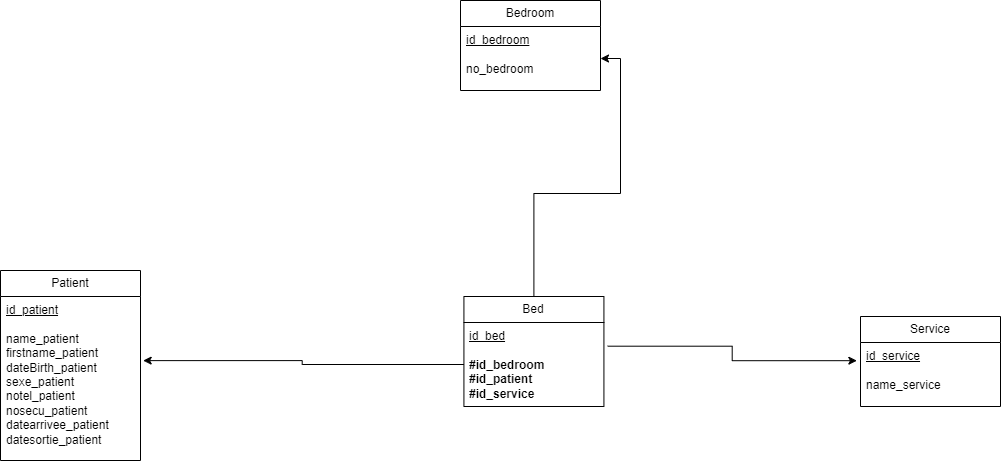
The draw.io diagram Merise/Merise-MLD-V1.drawio.png in florianpoteau/CDA-Hopital-Back, before a commit. Source tidied: cells renumbered, new cells last; positions are measured from the earlier drawing's top-left corner, leaving out a move shared by most shapes. The source it was exported from:
```xml
<mxGraphModel>
  <root>
    <mxCell id="0" />
    <mxCell id="1" parent="0" />
    <mxCell id="2" value="Bedroom" style="swimlane;fontStyle=0;horizontal=1;startSize=26;fillColor=none;whiteSpace=wrap;html=1;" parent="1" vertex="1">
      <mxGeometry x="460" width="140" height="90" as="geometry" />
    </mxCell>
    <mxCell id="3" value="&lt;u&gt;id_bedroom&lt;/u&gt;&lt;div&gt;&lt;u&gt;&lt;br&gt;&lt;/u&gt;&lt;div&gt;no_bedroom&lt;/div&gt;&lt;/div&gt;" style="text;strokeColor=none;fillColor=none;align=left;verticalAlign=top;spacingLeft=4;spacingRight=4;overflow=hidden;points=[[0,0.5],[1,0.5]];portConstraint=eastwest;whiteSpace=wrap;html=1;" parent="2" vertex="1">
      <mxGeometry y="26" width="140" height="64" as="geometry" />
    </mxCell>
    <mxCell id="4" style="edgeStyle=orthogonalEdgeStyle;rounded=0;jettySize=auto;html=1;entryX=1;entryY=0.5;entryDx=0;entryDy=0;" parent="1" edge="1" source="5" target="3">
      <mxGeometry relative="1" as="geometry" />
    </mxCell>
    <mxCell id="5" value="Bed" style="swimlane;fontStyle=0;horizontal=1;startSize=26;fillColor=none;whiteSpace=wrap;html=1;" parent="1" vertex="1">
      <mxGeometry x="463.4" y="296" width="140" height="110" as="geometry" />
    </mxCell>
    <mxCell id="6" value="&lt;u&gt;id_bed&lt;/u&gt;&lt;div&gt;&lt;br&gt;&lt;/div&gt;&lt;div&gt;&lt;b&gt;#id_bedroom&lt;/b&gt;&lt;/div&gt;&lt;div&gt;&lt;b&gt;#id_patient&lt;/b&gt;&lt;/div&gt;&lt;div&gt;&lt;b&gt;#id_service&lt;/b&gt;&lt;/div&gt;" style="text;strokeColor=none;fillColor=none;align=left;verticalAlign=top;spacingLeft=4;spacingRight=4;overflow=hidden;points=[[0,0.5],[1,0.5]];portConstraint=eastwest;whiteSpace=wrap;html=1;" parent="5" vertex="1">
      <mxGeometry y="26" width="140" height="84" as="geometry" />
    </mxCell>
    <mxCell id="7" value="Service" style="swimlane;fontStyle=0;horizontal=1;startSize=26;fillColor=none;whiteSpace=wrap;html=1;" parent="1" vertex="1">
      <mxGeometry x="860" y="316" width="140" height="90" as="geometry" />
    </mxCell>
    <mxCell id="8" value="&lt;u&gt;id_service&lt;/u&gt;&lt;div&gt;&lt;u&gt;&lt;br&gt;&lt;/u&gt;&lt;div&gt;name_service&lt;/div&gt;&lt;/div&gt;" style="text;strokeColor=none;fillColor=none;align=left;verticalAlign=top;spacingLeft=4;spacingRight=4;overflow=hidden;points=[[0,0.5],[1,0.5]];portConstraint=eastwest;whiteSpace=wrap;html=1;" parent="7" vertex="1">
      <mxGeometry y="26" width="140" height="64" as="geometry" />
    </mxCell>
    <mxCell id="9" value="Patient" style="swimlane;fontStyle=0;horizontal=1;startSize=26;fillColor=none;whiteSpace=wrap;html=1;" parent="1" vertex="1">
      <mxGeometry y="270" width="140" height="190" as="geometry" />
    </mxCell>
    <mxCell id="10" value="&lt;u&gt;id_patient&lt;/u&gt;&lt;div&gt;&lt;u&gt;&lt;br&gt;&lt;/u&gt;&lt;div&gt;name_patient&lt;/div&gt;&lt;div&gt;firstname_patient&lt;/div&gt;&lt;div&gt;dateBirth_patient&lt;/div&gt;&lt;div&gt;sexe_patient&lt;/div&gt;&lt;div&gt;notel_patient&lt;/div&gt;&lt;div&gt;nosecu_patient&lt;/div&gt;&lt;div&gt;datearrivee_patient&lt;/div&gt;&lt;div&gt;datesortie_patient&lt;/div&gt;&lt;div&gt;&lt;br&gt;&lt;/div&gt;&lt;/div&gt;" style="text;strokeColor=none;fillColor=none;align=left;verticalAlign=top;spacingLeft=4;spacingRight=4;overflow=hidden;points=[[0,0.5],[1,0.5]];portConstraint=eastwest;whiteSpace=wrap;html=1;" parent="9" vertex="1">
      <mxGeometry y="26" width="140" height="164" as="geometry" />
    </mxCell>
    <mxCell id="11" style="edgeStyle=orthogonalEdgeStyle;rounded=0;jettySize=auto;html=1;exitX=1.027;exitY=0.282;exitDx=0;exitDy=0;exitPerimeter=0;entryX=-0.026;entryY=0.284;entryDx=0;entryDy=0;entryPerimeter=0;" parent="1" edge="1" source="6" target="8">
      <mxGeometry relative="1" as="geometry" />
    </mxCell>
    <mxCell id="12" style="edgeStyle=orthogonalEdgeStyle;rounded=0;jettySize=auto;html=1;exitX=0;exitY=0.5;exitDx=0;exitDy=0;entryX=1.019;entryY=0.391;entryDx=0;entryDy=0;entryPerimeter=0;" parent="1" edge="1" source="6" target="10">
      <mxGeometry relative="1" as="geometry" />
    </mxCell>
  </root>
</mxGraphModel>
```
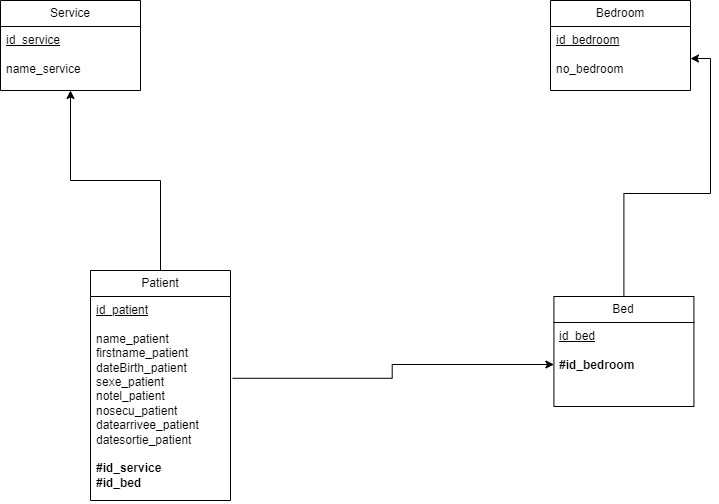
After the commit.

Commit message:
docs(Merise): modification du merise

Change to the diagram source:
```diff
@@ -14,26 +14,26 @@
     <mxCell id="5" value="Bed" style="swimlane;fontStyle=0;horizontal=1;startSize=26;fillColor=none;whiteSpace=wrap;html=1;" parent="1" vertex="1">
       <mxGeometry x="463.4" y="296" width="140" height="110" as="geometry" />
     </mxCell>
-    <mxCell id="6" value="&lt;u&gt;id_bed&lt;/u&gt;&lt;div&gt;&lt;br&gt;&lt;/div&gt;&lt;div&gt;&lt;b&gt;#id_bedroom&lt;/b&gt;&lt;/div&gt;&lt;div&gt;&lt;b&gt;#id_patient&lt;/b&gt;&lt;/div&gt;&lt;div&gt;&lt;b&gt;#id_service&lt;/b&gt;&lt;/div&gt;" style="text;strokeColor=none;fillColor=none;align=left;verticalAlign=top;spacingLeft=4;spacingRight=4;overflow=hidden;points=[[0,0.5],[1,0.5]];portConstraint=eastwest;whiteSpace=wrap;html=1;" parent="5" vertex="1">
+    <mxCell id="6" value="&lt;u&gt;id_bed&lt;/u&gt;&lt;div&gt;&lt;br&gt;&lt;/div&gt;&lt;div&gt;&lt;b&gt;#id_bedroom&lt;/b&gt;&lt;/div&gt;" style="text;strokeColor=none;fillColor=none;align=left;verticalAlign=top;spacingLeft=4;spacingRight=4;overflow=hidden;points=[[0,0.5],[1,0.5]];portConstraint=eastwest;whiteSpace=wrap;html=1;" parent="5" vertex="1">
       <mxGeometry y="26" width="140" height="84" as="geometry" />
     </mxCell>
     <mxCell id="7" value="Service" style="swimlane;fontStyle=0;horizontal=1;startSize=26;fillColor=none;whiteSpace=wrap;html=1;" parent="1" vertex="1">
-      <mxGeometry x="860" y="316" width="140" height="90" as="geometry" />
+      <mxGeometry x="-90" width="140" height="90" as="geometry" />
     </mxCell>
     <mxCell id="8" value="&lt;u&gt;id_service&lt;/u&gt;&lt;div&gt;&lt;u&gt;&lt;br&gt;&lt;/u&gt;&lt;div&gt;name_service&lt;/div&gt;&lt;/div&gt;" style="text;strokeColor=none;fillColor=none;align=left;verticalAlign=top;spacingLeft=4;spacingRight=4;overflow=hidden;points=[[0,0.5],[1,0.5]];portConstraint=eastwest;whiteSpace=wrap;html=1;" parent="7" vertex="1">
       <mxGeometry y="26" width="140" height="64" as="geometry" />
     </mxCell>
     <mxCell id="9" value="Patient" style="swimlane;fontStyle=0;horizontal=1;startSize=26;fillColor=none;whiteSpace=wrap;html=1;" parent="1" vertex="1">
-      <mxGeometry y="270" width="140" height="190" as="geometry" />
+      <mxGeometry y="270" width="140" height="230" as="geometry" />
     </mxCell>
-    <mxCell id="10" value="&lt;u&gt;id_patient&lt;/u&gt;&lt;div&gt;&lt;u&gt;&lt;br&gt;&lt;/u&gt;&lt;div&gt;name_patient&lt;/div&gt;&lt;div&gt;firstname_patient&lt;/div&gt;&lt;div&gt;dateBirth_patient&lt;/div&gt;&lt;div&gt;sexe_patient&lt;/div&gt;&lt;div&gt;notel_patient&lt;/div&gt;&lt;div&gt;nosecu_patient&lt;/div&gt;&lt;div&gt;datearrivee_patient&lt;/div&gt;&lt;div&gt;datesortie_patient&lt;/div&gt;&lt;div&gt;&lt;br&gt;&lt;/div&gt;&lt;/div&gt;" style="text;strokeColor=none;fillColor=none;align=left;verticalAlign=top;spacingLeft=4;spacingRight=4;overflow=hidden;points=[[0,0.5],[1,0.5]];portConstraint=eastwest;whiteSpace=wrap;html=1;" parent="9" vertex="1">
-      <mxGeometry y="26" width="140" height="164" as="geometry" />
+    <mxCell id="10" value="&lt;u&gt;id_patient&lt;/u&gt;&lt;div&gt;&lt;u&gt;&lt;br&gt;&lt;/u&gt;&lt;div&gt;name_patient&lt;/div&gt;&lt;div&gt;firstname_patient&lt;/div&gt;&lt;div&gt;dateBirth_patient&lt;/div&gt;&lt;div&gt;sexe_patient&lt;/div&gt;&lt;div&gt;notel_patient&lt;/div&gt;&lt;div&gt;nosecu_patient&lt;/div&gt;&lt;div&gt;datearrivee_patient&lt;/div&gt;&lt;div&gt;datesortie_patient&lt;/div&gt;&lt;div&gt;&lt;br&gt;&lt;/div&gt;&lt;div&gt;&lt;b&gt;#id_service&lt;/b&gt;&lt;/div&gt;&lt;div&gt;&lt;b&gt;#id_bed&lt;/b&gt;&lt;/div&gt;&lt;div&gt;&lt;br&gt;&lt;/div&gt;&lt;/div&gt;" style="text;strokeColor=none;fillColor=none;align=left;verticalAlign=top;spacingLeft=4;spacingRight=4;overflow=hidden;points=[[0,0.5],[1,0.5]];portConstraint=eastwest;whiteSpace=wrap;html=1;" parent="9" vertex="1">
+      <mxGeometry y="26" width="140" height="204" as="geometry" />
     </mxCell>
-    <mxCell id="11" style="edgeStyle=orthogonalEdgeStyle;rounded=0;jettySize=auto;html=1;exitX=1.027;exitY=0.282;exitDx=0;exitDy=0;exitPerimeter=0;entryX=-0.026;entryY=0.284;entryDx=0;entryDy=0;entryPerimeter=0;" parent="1" edge="1" source="6" target="8">
-      <mxGeometry relative="1" as="geometry" />
-    </mxCell>
-    <mxCell id="12" style="edgeStyle=orthogonalEdgeStyle;rounded=0;jettySize=auto;html=1;exitX=0;exitY=0.5;exitDx=0;exitDy=0;entryX=1.019;entryY=0.391;entryDx=0;entryDy=0;entryPerimeter=0;" parent="1" edge="1" source="6" target="10">
+    <mxCell id="12" style="edgeStyle=orthogonalEdgeStyle;rounded=0;jettySize=auto;html=1;exitX=1.015;exitY=0.401;exitDx=0;exitDy=0;exitPerimeter=0;entryX=0;entryY=0.5;entryDx=0;entryDy=0;" parent="1" edge="1" source="10" target="6">
       <mxGeometry relative="1" as="geometry" />
     </mxCell>
+    <mxCell id="13" style="edgeStyle=orthogonalEdgeStyle;rounded=0;jettySize=auto;html=1;exitX=0.5;exitY=0;exitDx=0;exitDy=0;entryX=0.5;entryY=1;entryDx=0;entryDy=0;" parent="1" edge="1" source="9" target="7">
+      <mxGeometry relative="1" as="geometry" />
+    </mxCell>
   </root>
 </mxGraphModel>
```
